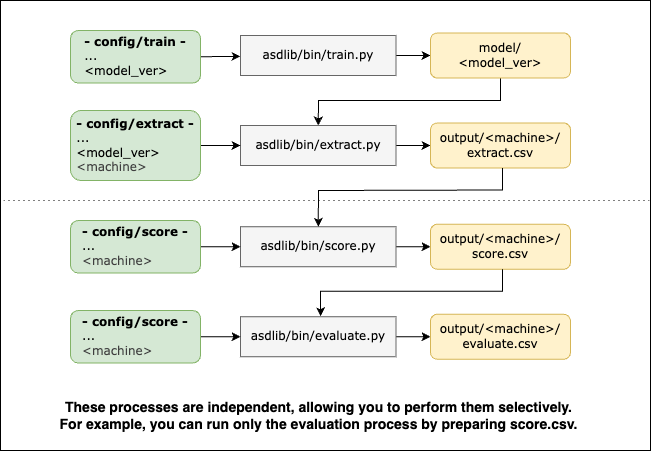
Earlier version of the draw.io export docs/tools.drawio.png (TakuyaFujimura/dcase-asd-toolkit). Source tidied: cells renumbered, new cells last; positions are measured from the earlier drawing's top-left corner, leaving out a move shared by most shapes.
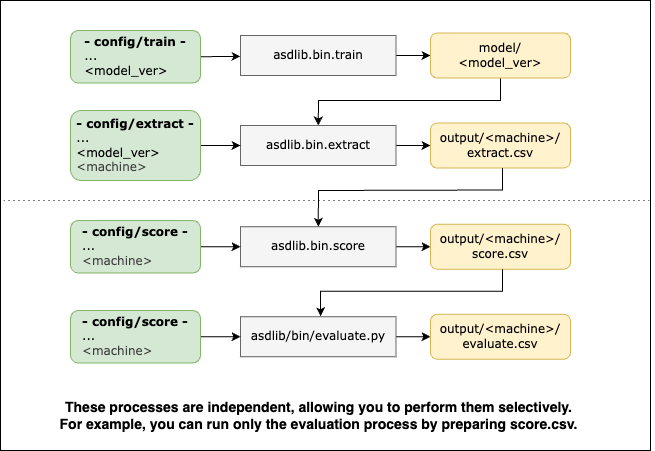
Above is the later version.

Diff of the diagram source:
```diff
@@ -8,7 +8,7 @@
     <mxCell id="3" style="edgeStyle=none;html=1;" parent="1" edge="1" source="4" target="6">
       <mxGeometry relative="1" as="geometry" />
     </mxCell>
-    <mxCell id="4" value="&lt;font style=&quot;color: rgb(0, 0, 0);&quot;&gt;asdlib/bin/train.py&lt;/font&gt;" style="whiteSpace=wrap;html=1;fontFamily=Verdana;fillColor=#f5f5f5;fontColor=#333333;strokeColor=#666666;" parent="1" vertex="1">
+    <mxCell id="4" value="&lt;font style=&quot;color: rgb(0, 0, 0);&quot;&gt;asdlib.bin.train&lt;/font&gt;" style="whiteSpace=wrap;html=1;fontFamily=Verdana;fillColor=#f5f5f5;fontColor=#333333;strokeColor=#666666;" parent="1" vertex="1">
       <mxGeometry x="240" y="35" width="155.5" height="40" as="geometry" />
     </mxCell>
     <mxCell id="5" style="edgeStyle=none;html=1;exitX=0.5;exitY=1;exitDx=0;exitDy=0;entryX=0.5;entryY=0;entryDx=0;entryDy=0;rounded=0;curved=0;" parent="1" edge="1" source="6" target="11">
@@ -34,7 +34,7 @@
     <mxCell id="10" style="edgeStyle=none;html=1;" parent="1" edge="1" source="11" target="12">
       <mxGeometry relative="1" as="geometry" />
     </mxCell>
-    <mxCell id="11" value="&lt;font style=&quot;color: rgb(0, 0, 0);&quot;&gt;asdlib/bin/extract.py&lt;/font&gt;" style="whiteSpace=wrap;html=1;fontFamily=Verdana;fillColor=#f5f5f5;fontColor=#333333;strokeColor=#666666;" parent="1" vertex="1">
+    <mxCell id="11" value="&lt;font style=&quot;color: rgb(0, 0, 0);&quot;&gt;asdlib.bin.extract&lt;/font&gt;" style="whiteSpace=wrap;html=1;fontFamily=Verdana;fillColor=#f5f5f5;fontColor=#333333;strokeColor=#666666;" parent="1" vertex="1">
       <mxGeometry x="240" y="125" width="155.5" height="40" as="geometry" />
     </mxCell>
     <mxCell id="12" value="&lt;span style=&quot;color: rgb(0, 0, 0);&quot;&gt;output&lt;/span&gt;&lt;span style=&quot;scrollbar-color: light-dark(#e2e2e2, #4b4b4b)&lt;br/&gt;&#9;&#9;&#9;&#9;&#9;light-dark(#fbfbfb, var(--dark-panel-color)); color: rgb(0, 0, 0);&quot;&gt;/&amp;lt;machine&amp;gt;&lt;/span&gt;&lt;span style=&quot;color: rgb(0, 0, 0);&quot;&gt;/&lt;br&gt;extract.csv&lt;/span&gt;" style="whiteSpace=wrap;html=1;rounded=1;fontFamily=Verdana;fillColor=#fff2cc;strokeColor=#d6b656;" parent="1" vertex="1">
@@ -49,7 +49,7 @@
     <mxCell id="15" style="edgeStyle=none;html=1;" parent="1" edge="1" source="16" target="17">
       <mxGeometry relative="1" as="geometry" />
     </mxCell>
-    <mxCell id="16" value="&lt;font style=&quot;color: rgb(0, 0, 0);&quot;&gt;asdlib/bin/score.py&lt;/font&gt;" style="whiteSpace=wrap;html=1;fontFamily=Verdana;fillColor=#f5f5f5;fontColor=#333333;strokeColor=#666666;" parent="1" vertex="1">
+    <mxCell id="16" value="&lt;font style=&quot;color: rgb(0, 0, 0);&quot;&gt;asdlib.bin.score&lt;/font&gt;" style="whiteSpace=wrap;html=1;fontFamily=Verdana;fillColor=#f5f5f5;fontColor=#333333;strokeColor=#666666;" parent="1" vertex="1">
       <mxGeometry x="240" y="226.2" width="155.5" height="40" as="geometry" />
     </mxCell>
     <mxCell id="17" value="&lt;span style=&quot;color: rgb(0, 0, 0);&quot;&gt;output&lt;/span&gt;&lt;span style=&quot;scrollbar-color: light-dark(#e2e2e2, #4b4b4b)&lt;br/&gt;&#9;&#9;&#9;&#9;&#9;light-dark(#fbfbfb, var(--dark-panel-color)); color: rgb(0, 0, 0);&quot;&gt;/&amp;lt;machine&amp;gt;&lt;/span&gt;&lt;span style=&quot;color: rgb(0, 0, 0);&quot;&gt;/&lt;br&gt;score.csv&lt;/span&gt;" style="whiteSpace=wrap;html=1;rounded=1;fontFamily=Verdana;fillColor=#fff2cc;strokeColor=#d6b656;" parent="1" vertex="1">
```
